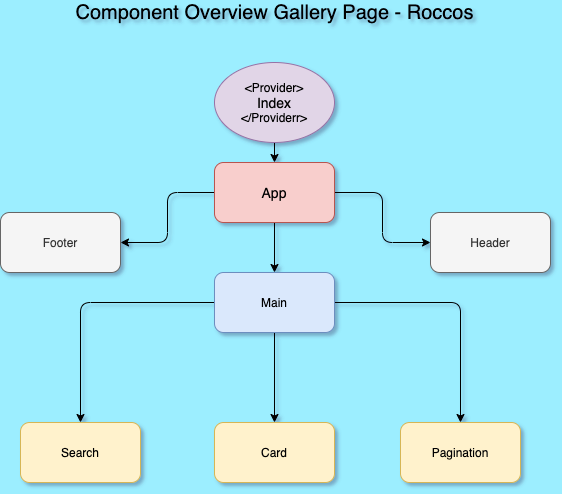
Before: gallery-react.png, a diagram exported from draw.io (nesadrian/react-gallery). Source tidied: cells renumbered, new cells last; positions are measured from the earlier drawing's top-left corner, leaving out a move shared by most shapes.
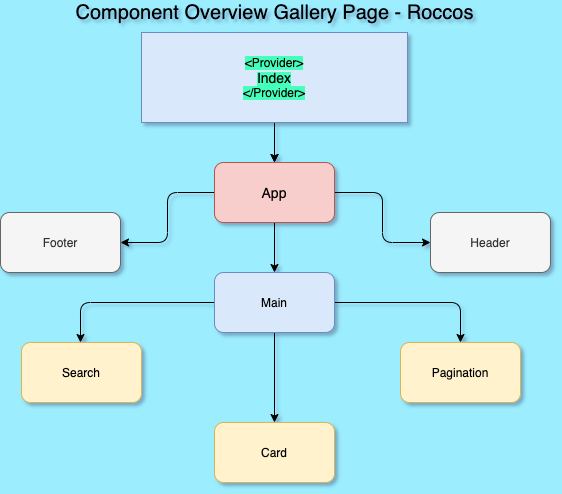
After the change.

The edit, as a diff of the source:
```diff
@@ -23,20 +23,19 @@
       <mxGeometry x="214" y="420" width="120" height="60" as="geometry" />
     </mxCell>
     <mxCell id="7" value="Search" style="whiteSpace=wrap;html=1;fillColor=#fff2cc;strokeColor=#d6b656;rounded=1;" parent="1" vertex="1">
-      <mxGeometry x="20" y="420" width="120" height="60" as="geometry" />
+      <mxGeometry x="21" y="340" width="120" height="60" as="geometry" />
     </mxCell>
     <mxCell id="8" value="Pagination" style="whiteSpace=wrap;html=1;fillColor=#fff2cc;strokeColor=#d6b656;rounded=1;" parent="1" vertex="1">
-      <mxGeometry x="400" y="420" width="120" height="60" as="geometry" />
+      <mxGeometry x="400" y="340" width="120" height="60" as="geometry" />
     </mxCell>
     <mxCell id="9" value="Header" style="whiteSpace=wrap;html=1;fillColor=#f5f5f5;strokeColor=#666666;fontColor=#333333;rounded=1;" parent="1" vertex="1">
       <mxGeometry x="430" y="210" width="120" height="60" as="geometry" />
     </mxCell>
-    <mxCell id="10" style="edgeStyle=orthogonalEdgeStyle;jettySize=auto;html=1;" parent="1" edge="1" source="11" target="5">
-      <mxGeometry relative="1" as="geometry" />
+    <mxCell id="10" style="edgeStyle=orthogonalEdgeStyle;jettySize=auto;html=1;" parent="1" edge="1" target="5">
+      <mxGeometry relative="1" as="geometry">
+        <mxPoint x="274" y="140" as="sourcePoint" />
+      </mxGeometry>
     </mxCell>
-    <mxCell id="11" value="&amp;lt;Provider&amp;gt;&lt;br&gt;&lt;font style=&quot;font-size: 14px&quot;&gt;Index&lt;br&gt;&lt;/font&gt;&amp;lt;/Providerr&amp;gt;" style="ellipse;whiteSpace=wrap;html=1;fillColor=#e1d5e7;strokeColor=#9673a6;rounded=1;" parent="1" vertex="1">
-      <mxGeometry x="214" y="60" width="120" height="80" as="geometry" />
-    </mxCell>
     <mxCell id="12" value="Footer" style="whiteSpace=wrap;html=1;fillColor=#f5f5f5;strokeColor=#666666;fontColor=#333333;rounded=1;" parent="1" vertex="1">
       <mxGeometry y="210" width="120" height="60" as="geometry" />
     </mxCell>
@@ -64,5 +63,11 @@
     <mxCell id="17" value="&lt;font style=&quot;font-size: 20px&quot;&gt;Component Overview Gallery Page - Roccos&lt;/font&gt;" style="text;html=1;align=center;verticalAlign=middle;rounded=1;" parent="1" vertex="1">
       <mxGeometry x="69" width="410" height="20" as="geometry" />
     </mxCell>
+    <mxCell id="18" style="edgeStyle=orthogonalEdgeStyle;rounded=0;jettySize=auto;html=1;" parent="1" edge="1" source="19" target="5">
+      <mxGeometry relative="1" as="geometry" />
+    </mxCell>
+    <mxCell id="19" value="&lt;span style=&quot;background-color: rgb(69 , 255 , 187)&quot;&gt;&lt;span style=&quot;color: rgb(0 , 0 , 0) ; font-family: &amp;#34;helvetica&amp;#34; ; font-size: 12px ; font-style: normal ; font-weight: 400 ; letter-spacing: normal ; text-align: center ; text-indent: 0px ; text-transform: none ; word-spacing: 0px ; display: inline ; float: none&quot;&gt;&amp;lt;Provider&amp;gt;&lt;/span&gt;&lt;br style=&quot;color: rgb(0 , 0 , 0) ; font-family: &amp;#34;helvetica&amp;#34; ; font-size: 12px ; font-style: normal ; font-weight: 400 ; letter-spacing: normal ; text-align: center ; text-indent: 0px ; text-transform: none ; word-spacing: 0px&quot;&gt;&lt;font style=&quot;color: rgb(0 , 0 , 0) ; font-family: &amp;#34;helvetica&amp;#34; ; font-style: normal ; font-weight: 400 ; letter-spacing: normal ; text-align: center ; text-indent: 0px ; text-transform: none ; word-spacing: 0px ; font-size: 14px&quot;&gt;Index&lt;br&gt;&lt;/font&gt;&lt;span style=&quot;color: rgb(0 , 0 , 0) ; font-family: &amp;#34;helvetica&amp;#34; ; font-size: 12px ; font-style: normal ; font-weight: 400 ; letter-spacing: normal ; text-align: center ; text-indent: 0px ; text-transform: none ; word-spacing: 0px ; display: inline ; float: none&quot;&gt;&amp;lt;/Provider&amp;gt;&lt;/span&gt;&lt;/span&gt;" style="rounded=0;whiteSpace=wrap;html=1;fillColor=#dae8fc;strokeColor=#6c8ebf;" parent="1" vertex="1">
+      <mxGeometry x="141" y="30" width="266" height="90" as="geometry" />
+    </mxCell>
   </root>
 </mxGraphModel>
```
